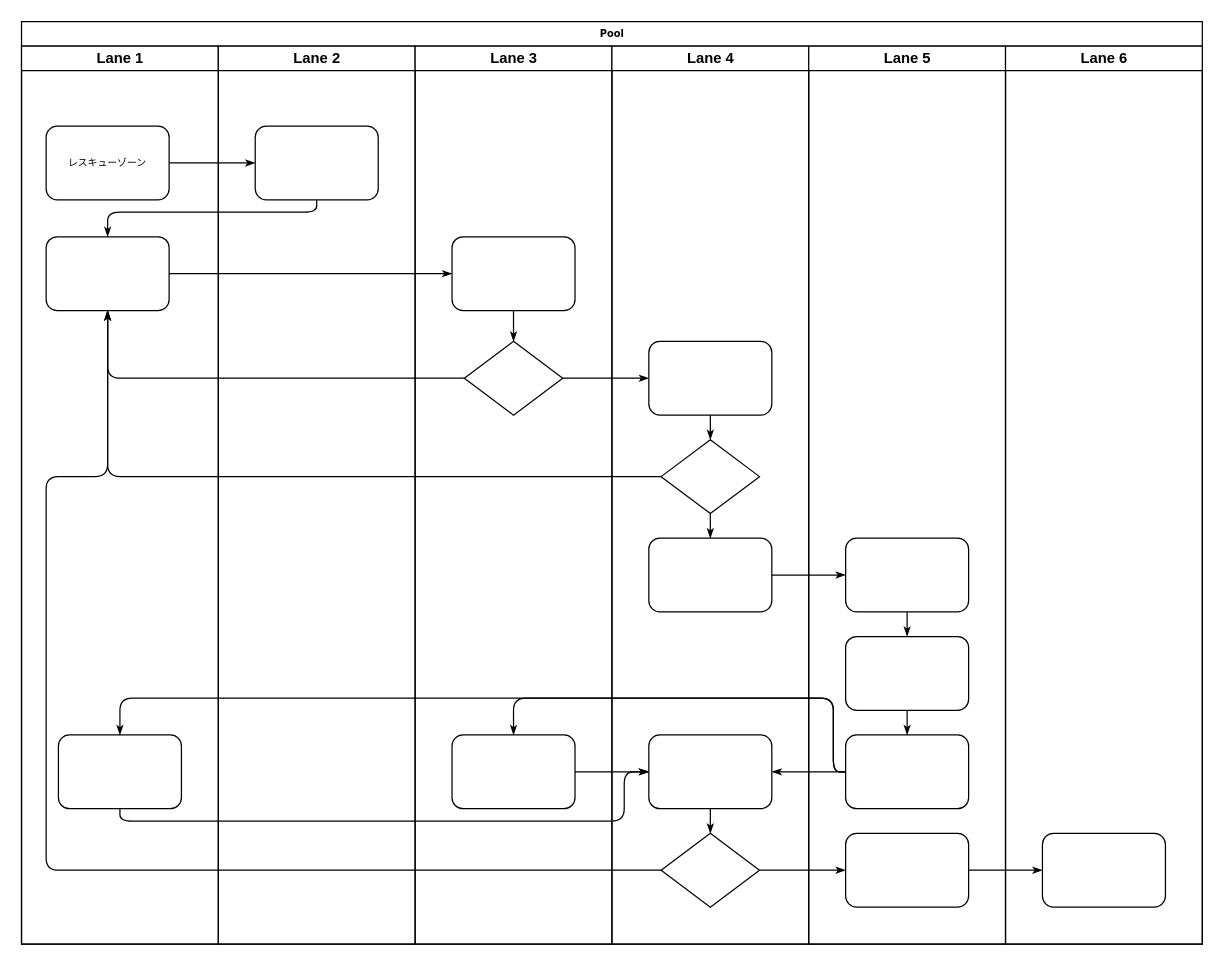
Before: Nagoya2025Rescue.drawio in shuji4649/drawio, a draw.io diagram. Source tidied: cells renumbered, new cells numbered last; positions are measured from the earlier drawing's top-left corner, leaving out a move shared by most shapes. Both pictures are drawn from the tidied source at 123%, with x=0, y=0 at pixel (21, 21).
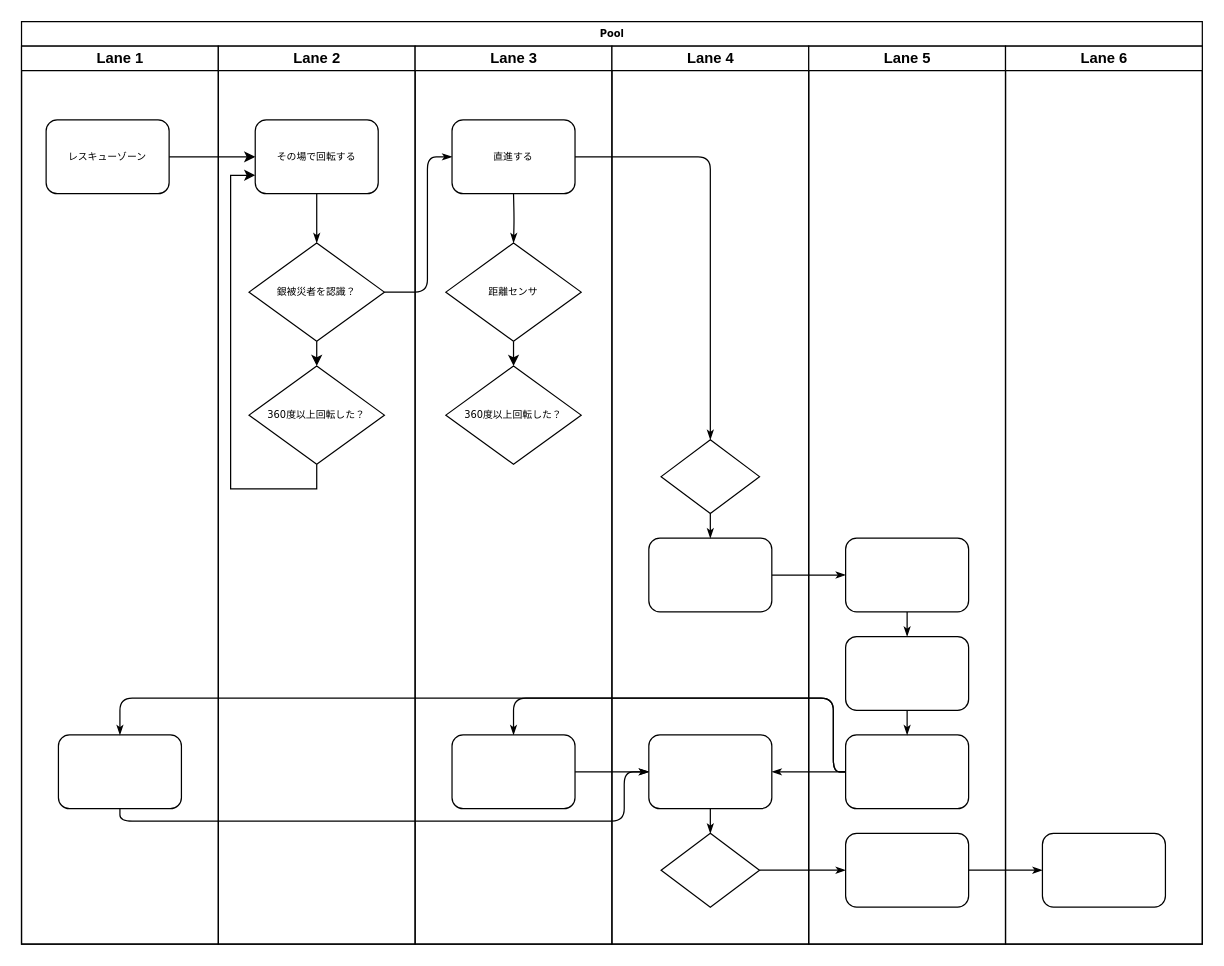
After the change.

Commit message (it also covers changes not shown here):
Nagoya2025Rescue.drawio を更新します

The change refers to these unchanged cells:
```xml
<mxCell id="2" value="Pool" style="swimlane;html=1;startSize=20;rounded=0;shadow=0;labelBackgroundColor=none;strokeWidth=1;fontFamily=Verdana;fontSize=8;align=center;" parent="1" vertex="1">
  <mxGeometry width="960" height="750" as="geometry" />
</mxCell>
<mxCell id="3" value="Lane 1" style="swimlane;html=1;startSize=20;" parent="2" vertex="1">
  <mxGeometry y="20" width="160" height="730" as="geometry" />
</mxCell>
<mxCell id="22" value="Lane 2" style="swimlane;html=1;startSize=20;" parent="2" vertex="1">
  <mxGeometry x="160" y="20" width="160" height="730" as="geometry" />
</mxCell>
<mxCell id="24" value="Lane 3" style="swimlane;html=1;startSize=20;" parent="2" vertex="1">
  <mxGeometry x="320" y="20" width="160" height="730" as="geometry" />
</mxCell>
<mxCell id="29" value="Lane 4" style="swimlane;html=1;startSize=20;" parent="2" vertex="1">
  <mxGeometry x="480" y="20" width="160" height="730" as="geometry" />
</mxCell>
<mxCell id="31" style="rhombus;whiteSpace=wrap;html=1;rounded=0;shadow=0;labelBackgroundColor=none;strokeWidth=1;fontFamily=Verdana;fontSize=8;align=center;" parent="29" vertex="1">
  <mxGeometry x="40" y="320" width="80" height="60" as="geometry" />
</mxCell>
<mxCell id="34" style="rhombus;whiteSpace=wrap;html=1;rounded=0;shadow=0;labelBackgroundColor=none;strokeWidth=1;fontFamily=Verdana;fontSize=8;align=center;" parent="29" vertex="1">
  <mxGeometry x="40" y="640" width="80" height="60" as="geometry" />
</mxCell>
```

Change to the diagram source:
```diff
@@
     <mxCell id="4" value="レスキューゾーン" style="rounded=1;whiteSpace=wrap;html=1;shadow=0;labelBackgroundColor=none;strokeWidth=1;fontFamily=Verdana;fontSize=8;align=center;" parent="3" vertex="1">
-      <mxGeometry x="20" y="65" width="100" height="60" as="geometry" />
+      <mxGeometry x="20" y="60" width="100" height="60" as="geometry" />
     </mxCell>
-    <mxCell id="5" style="rounded=1;whiteSpace=wrap;html=1;shadow=0;labelBackgroundColor=none;strokeWidth=1;fontFamily=Verdana;fontSize=8;align=center;" parent="3" vertex="1">
-      <mxGeometry x="20" y="155" width="100" height="60" as="geometry" />
-    </mxCell>
@@
-    <mxCell id="7" style="edgeStyle=orthogonalEdgeStyle;rounded=1;html=1;labelBackgroundColor=none;startArrow=none;startFill=0;startSize=5;endArrow=classicThin;endFill=1;endSize=5;jettySize=auto;strokeWidth=1;fontFamily=Verdana;fontSize=8;" parent="2" edge="1" source="4" target="23">
-      <mxGeometry relative="1" as="geometry" />
-    </mxCell>
-    <mxCell id="8" style="edgeStyle=orthogonalEdgeStyle;rounded=1;html=1;labelBackgroundColor=none;startArrow=none;startFill=0;startSize=5;endArrow=classicThin;endFill=1;endSize=5;jettySize=auto;strokeWidth=1;fontFamily=Verdana;fontSize=8;" parent="2" edge="1" source="23" target="5">
-      <mxGeometry relative="1" as="geometry">
-        <Array as="points">
-          <mxPoint x="240" y="155" />
-          <mxPoint x="70" y="155" />
-        </Array>
-      </mxGeometry>
-    </mxCell>
-    <mxCell id="9" style="edgeStyle=orthogonalEdgeStyle;rounded=1;html=1;labelBackgroundColor=none;startArrow=none;startFill=0;startSize=5;endArrow=classicThin;endFill=1;endSize=5;jettySize=auto;strokeWidth=1;fontFamily=Verdana;fontSize=8;" parent="2" edge="1" source="5" target="25">
-      <mxGeometry relative="1" as="geometry" />
-    </mxCell>
-    <mxCell id="10" style="edgeStyle=orthogonalEdgeStyle;rounded=1;html=1;labelBackgroundColor=none;startArrow=none;startFill=0;startSize=5;endArrow=classicThin;endFill=1;endSize=5;jettySize=auto;strokeWidth=1;fontFamily=Verdana;fontSize=8;" parent="2" edge="1" source="26" target="5">
-      <mxGeometry relative="1" as="geometry" />
-    </mxCell>
-    <mxCell id="11" style="edgeStyle=orthogonalEdgeStyle;rounded=1;html=1;labelBackgroundColor=none;startArrow=none;startFill=0;startSize=5;endArrow=classicThin;endFill=1;endSize=5;jettySize=auto;strokeWidth=1;fontFamily=Verdana;fontSize=8;" parent="2" edge="1" source="31" target="5">
-      <mxGeometry relative="1" as="geometry" />
-    </mxCell>
-    <mxCell id="12" style="edgeStyle=orthogonalEdgeStyle;rounded=1;html=1;labelBackgroundColor=none;startArrow=none;startFill=0;startSize=5;endArrow=classicThin;endFill=1;endSize=5;jettySize=auto;strokeWidth=1;fontFamily=Verdana;fontSize=8;" parent="2" edge="1" source="34" target="5">
-      <mxGeometry relative="1" as="geometry">
-        <Array as="points">
-          <mxPoint x="20" y="690" />
-          <mxPoint x="20" y="370" />
-          <mxPoint x="70" y="370" />
-        </Array>
-      </mxGeometry>
-    </mxCell>
-    <mxCell id="13" style="edgeStyle=orthogonalEdgeStyle;rounded=1;html=1;labelBackgroundColor=none;startArrow=none;startFill=0;startSize=5;endArrow=classicThin;endFill=1;endSize=5;jettySize=auto;strokeWidth=1;fontFamily=Verdana;fontSize=8;" parent="2" edge="1" source="26" target="30">
-      <mxGeometry relative="1" as="geometry" />
+    <mxCell id="13" style="edgeStyle=orthogonalEdgeStyle;rounded=1;html=1;labelBackgroundColor=none;startArrow=none;startFill=0;startSize=5;endArrow=classicThin;endFill=1;endSize=5;jettySize=auto;strokeWidth=1;fontFamily=Verdana;fontSize=8;entryX=0;entryY=0.5;entryDx=0;entryDy=0;" parent="2" edge="1" source="26" target="30">
+      <mxGeometry relative="1" as="geometry">
+        <Array as="points">
+          <mxPoint x="330" y="220" />
+          <mxPoint x="330" y="110" />
+        </Array>
+      </mxGeometry>
     </mxCell>
@@
-    <mxCell id="23" style="rounded=1;whiteSpace=wrap;html=1;shadow=0;labelBackgroundColor=none;strokeWidth=1;fontFamily=Verdana;fontSize=8;align=center;" parent="22" vertex="1">
-      <mxGeometry x="30" y="65" width="100" height="60" as="geometry" />
+    <mxCell id="23" value="その場で回転する" style="rounded=1;whiteSpace=wrap;html=1;shadow=0;labelBackgroundColor=none;strokeWidth=1;fontFamily=Verdana;fontSize=8;align=center;" parent="22" vertex="1">
+      <mxGeometry x="30" y="60" width="100" height="60" as="geometry" />
     </mxCell>
+    <mxCell id="9" style="edgeStyle=orthogonalEdgeStyle;rounded=1;html=1;labelBackgroundColor=none;startArrow=none;startFill=0;startSize=5;endArrow=classicThin;endFill=1;endSize=5;jettySize=auto;strokeWidth=1;fontFamily=Verdana;fontSize=8;exitX=0.5;exitY=1;exitDx=0;exitDy=0;entryX=0.5;entryY=0;entryDx=0;entryDy=0;" parent="22" edge="1" source="23" target="26">
+      <mxGeometry relative="1" as="geometry" />
+    </mxCell>
+    <mxCell id="47" style="edgeStyle=orthogonalEdgeStyle;rounded=0;jettySize=auto;html=1;exitX=0.5;exitY=1;exitDx=0;exitDy=0;entryX=0.5;entryY=0;entryDx=0;entryDy=0;" parent="22" edge="1" source="26" target="49">
+      <mxGeometry relative="1" as="geometry" />
+    </mxCell>
+    <mxCell id="26" value="銀被災者を認識？" style="rhombus;whiteSpace=wrap;html=1;rounded=0;shadow=0;labelBackgroundColor=none;strokeWidth=1;fontFamily=Verdana;fontSize=8;align=center;" parent="22" vertex="1">
+      <mxGeometry x="25" y="160" width="110" height="80" as="geometry" />
+    </mxCell>
+    <mxCell id="48" style="edgeStyle=orthogonalEdgeStyle;rounded=0;jettySize=auto;html=1;exitX=0.5;exitY=1;exitDx=0;exitDy=0;entryX=0;entryY=0.75;entryDx=0;entryDy=0;" parent="22" edge="1" source="49" target="23">
+      <mxGeometry relative="1" as="geometry" />
+    </mxCell>
+    <mxCell id="49" value="360度以上回転した？" style="rhombus;whiteSpace=wrap;html=1;rounded=0;shadow=0;labelBackgroundColor=none;strokeWidth=1;fontFamily=Verdana;fontSize=8;align=center;" parent="22" vertex="1">
+      <mxGeometry x="25" y="260" width="110" height="80" as="geometry" />
+    </mxCell>
@@
-    <mxCell id="25" style="rounded=1;whiteSpace=wrap;html=1;shadow=0;labelBackgroundColor=none;strokeWidth=1;fontFamily=Verdana;fontSize=8;align=center;" parent="24" vertex="1">
-      <mxGeometry x="30" y="155" width="100" height="60" as="geometry" />
-    </mxCell>
-    <mxCell id="26" style="rhombus;whiteSpace=wrap;html=1;rounded=0;shadow=0;labelBackgroundColor=none;strokeWidth=1;fontFamily=Verdana;fontSize=8;align=center;" parent="24" vertex="1">
-      <mxGeometry x="40" y="240" width="80" height="60" as="geometry" />
-    </mxCell>
@@
-    <mxCell id="28" style="edgeStyle=orthogonalEdgeStyle;rounded=1;html=1;labelBackgroundColor=none;startArrow=none;startFill=0;startSize=5;endArrow=classicThin;endFill=1;endSize=5;jettySize=auto;strokeWidth=1;fontFamily=Verdana;fontSize=8;" parent="24" edge="1" source="25" target="26">
-      <mxGeometry relative="1" as="geometry" />
-    </mxCell>
+    <mxCell id="30" value="直進する" style="rounded=1;whiteSpace=wrap;html=1;shadow=0;labelBackgroundColor=none;strokeWidth=1;fontFamily=Verdana;fontSize=8;align=center;" parent="24" vertex="1">
+      <mxGeometry x="30" y="60" width="100" height="60" as="geometry" />
+    </mxCell>
+    <mxCell id="50" style="edgeStyle=orthogonalEdgeStyle;rounded=1;html=1;labelBackgroundColor=none;startArrow=none;startFill=0;startSize=5;endArrow=classicThin;endFill=1;endSize=5;jettySize=auto;strokeWidth=1;fontFamily=Verdana;fontSize=8;exitX=0.5;exitY=1;exitDx=0;exitDy=0;entryX=0.5;entryY=0;entryDx=0;entryDy=0;" parent="24" edge="1" target="51">
+      <mxGeometry relative="1" as="geometry">
+        <mxPoint x="80" y="120" as="sourcePoint" />
+      </mxGeometry>
+    </mxCell>
+    <mxCell id="51" value="距離センサ" style="rhombus;whiteSpace=wrap;html=1;rounded=0;shadow=0;labelBackgroundColor=none;strokeWidth=1;fontFamily=Verdana;fontSize=8;align=center;" parent="24" vertex="1">
+      <mxGeometry x="25" y="160" width="110" height="80" as="geometry" />
+    </mxCell>
+    <mxCell id="52" style="edgeStyle=orthogonalEdgeStyle;rounded=0;jettySize=auto;html=1;exitX=0.5;exitY=1;exitDx=0;exitDy=0;entryX=0.5;entryY=0;entryDx=0;entryDy=0;" parent="24" edge="1" source="51" target="53">
+      <mxGeometry relative="1" as="geometry" />
+    </mxCell>
+    <mxCell id="53" value="360度以上回転した？" style="rhombus;whiteSpace=wrap;html=1;rounded=0;shadow=0;labelBackgroundColor=none;strokeWidth=1;fontFamily=Verdana;fontSize=8;align=center;" parent="24" vertex="1">
+      <mxGeometry x="25" y="260" width="110" height="80" as="geometry" />
+    </mxCell>
@@
-    <mxCell id="30" style="rounded=1;whiteSpace=wrap;html=1;shadow=0;labelBackgroundColor=none;strokeWidth=1;fontFamily=Verdana;fontSize=8;align=center;" parent="29" vertex="1">
-      <mxGeometry x="30" y="240" width="100" height="60" as="geometry" />
-    </mxCell>
@@
-    <mxCell id="35" style="edgeStyle=orthogonalEdgeStyle;rounded=1;html=1;labelBackgroundColor=none;startArrow=none;startFill=0;startSize=5;endArrow=classicThin;endFill=1;endSize=5;jettySize=auto;strokeColor=#000000;strokeWidth=1;fontFamily=Verdana;fontSize=8;fontColor=#000000;" parent="29" edge="1" source="30" target="31">
-      <mxGeometry relative="1" as="geometry" />
-    </mxCell>
@@
+    <mxCell id="35" style="edgeStyle=orthogonalEdgeStyle;rounded=1;html=1;labelBackgroundColor=none;startArrow=none;startFill=0;startSize=5;endArrow=classicThin;endFill=1;endSize=5;jettySize=auto;strokeColor=#000000;strokeWidth=1;fontFamily=Verdana;fontSize=8;fontColor=#000000;" parent="2" edge="1" source="30" target="31">
+      <mxGeometry relative="1" as="geometry" />
+    </mxCell>
+    <mxCell id="7" style="edgeStyle=orthogonalEdgeStyle;rounded=0;jettySize=auto;html=1;exitX=1;exitY=0.5;exitDx=0;exitDy=0;" parent="2" edge="1" source="4" target="23">
+      <mxGeometry relative="1" as="geometry" />
+    </mxCell>
```
